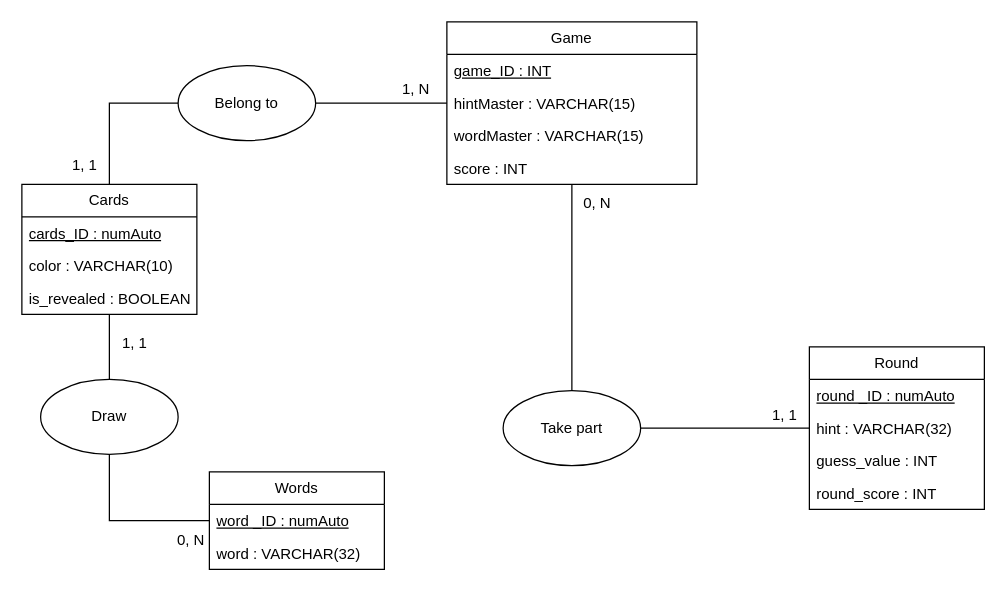
Above: DiagrammePolynames.drawio in Pumchh/PolyNames (draw.io), before the change. Source tidied: cells renumbered, new cells numbered last; positions are measured from the earlier drawing's top-left corner, leaving out a move shared by most shapes. Both pictures are drawn from the tidied source at 125%, with x=0, y=0 at pixel (21, 21).
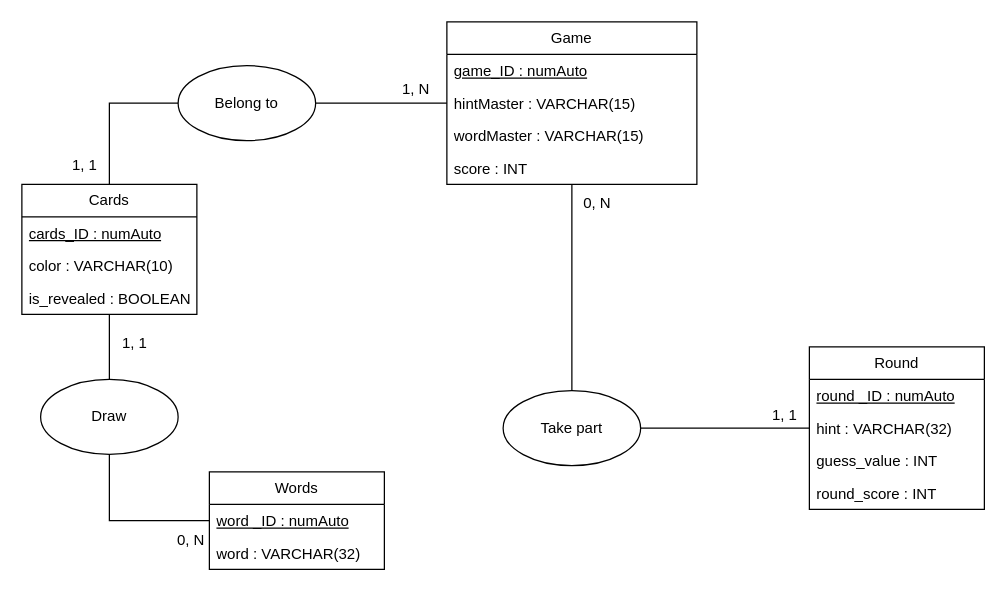
Above is the later version.

Commit message:
Mettre à jour DiagrammePolynames.drawio

Unchanged cells that the change refers to:
```xml
<mxCell id="2" value="Game" style="swimlane;fontStyle=0;horizontal=1;startSize=26;fillColor=none;whiteSpace=wrap;html=1;" parent="1" vertex="1">
  <mxGeometry x="340" width="200" height="130" as="geometry" />
</mxCell>
```

What changed in the source:
```diff
@@
-    <mxCell id="3" value="&lt;u&gt;game_ID : INT&lt;/u&gt;" style="text;strokeColor=none;fillColor=none;align=left;verticalAlign=top;spacingLeft=4;spacingRight=4;overflow=hidden;whiteSpace=wrap;html=1;" parent="2" vertex="1">
+    <mxCell id="3" value="&lt;u&gt;game_ID : numAuto&lt;/u&gt;" style="text;strokeColor=none;fillColor=none;align=left;verticalAlign=top;spacingLeft=4;spacingRight=4;overflow=hidden;whiteSpace=wrap;html=1;" parent="2" vertex="1">
       <mxGeometry y="26" width="200" height="26" as="geometry" />
     </mxCell>
```
